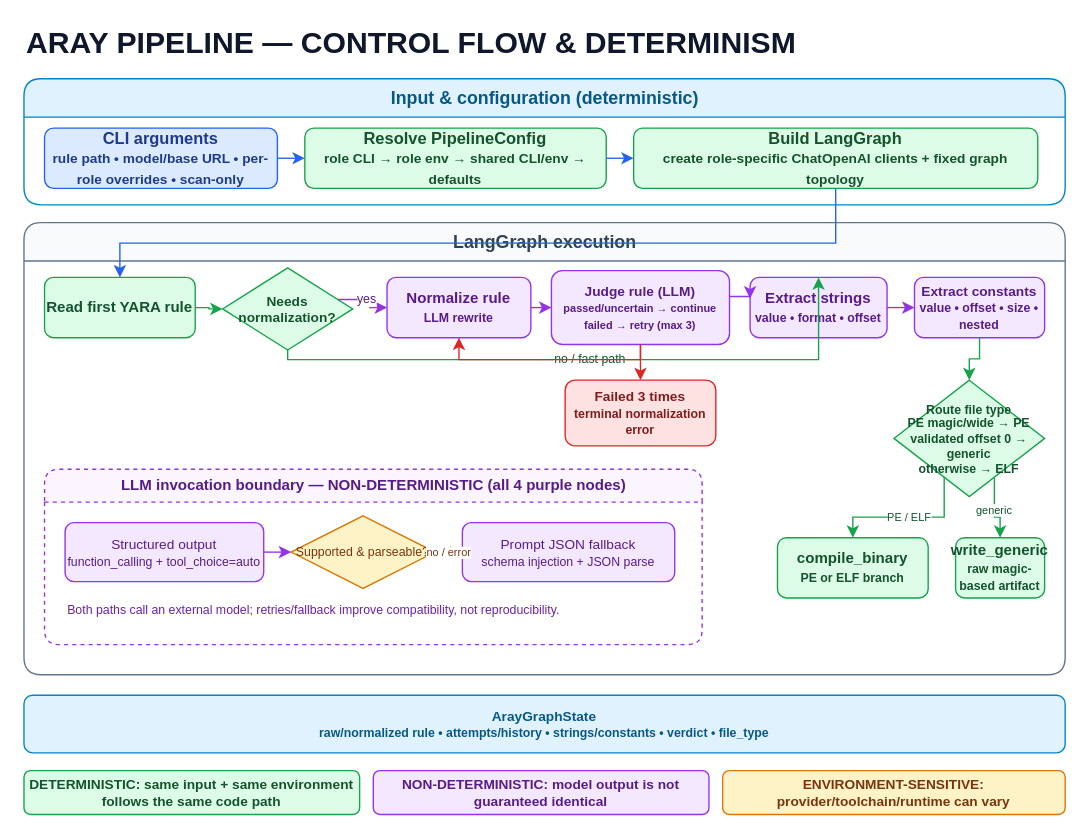
The draw.io diagram page "1 - Pipeline Flow" (1 of 2) of docs/sources/diagrams/aray-pipeline-determinism.drawio in c2dc/aray, before the edit. Source tidied: cells renumbered, new cells numbered last; positions are measured from the earlier drawing's top-left corner, leaving out a move shared by most shapes. Both pictures are drawn from the tidied source at 137%, with x=0, y=0 at pixel (23, 23).
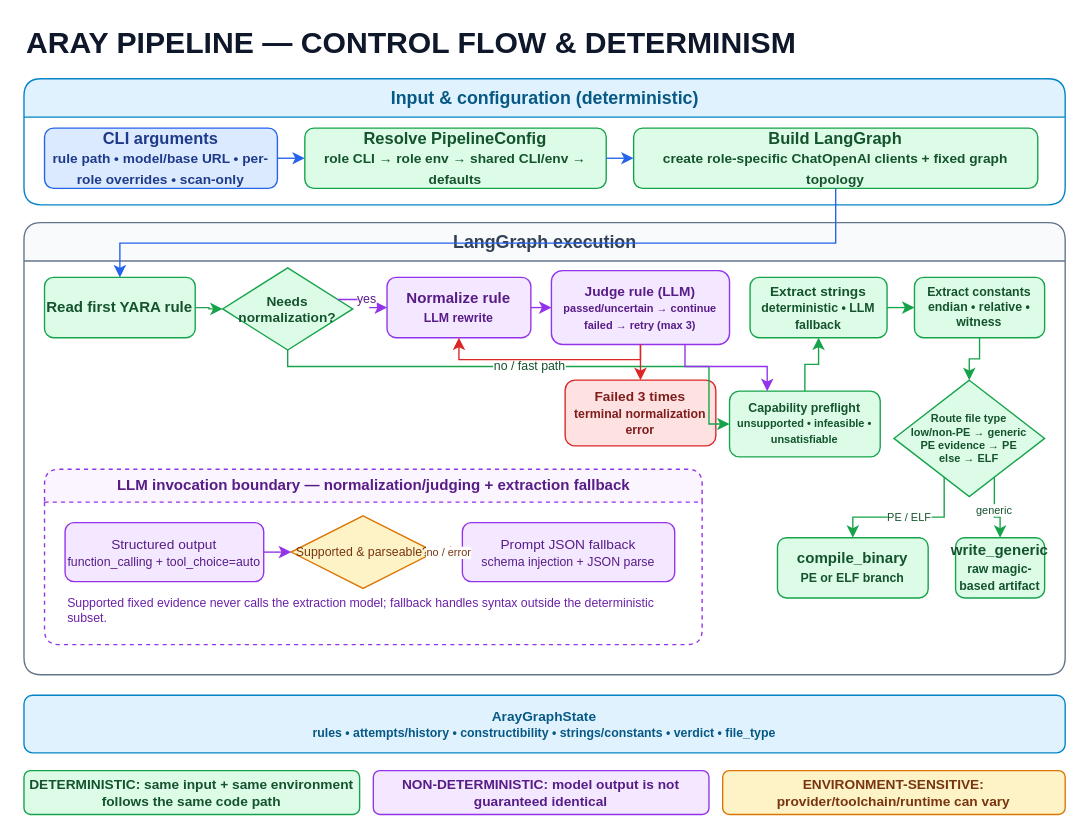
The same diagram, later.

The change refers to these unchanged cells:
```xml
<mxCell id="9" value="Needs&lt;br&gt;normalization?" style="rhombus;whiteSpace=wrap;html=1;fillColor=#dcfce7;strokeColor=#16a34a;fontColor=#14532d;fontStyle=1;fontSize=10;" parent="1" vertex="1">
  <mxGeometry x="145" y="178" width="95" height="60" as="geometry" />
</mxCell>
<mxCell id="11" value="Judge rule (LLM)&lt;br&gt;&lt;font style=&quot;font-size:8px&quot;&gt;passed/uncertain → continue&lt;br&gt;failed → retry (max 3)&lt;/font&gt;" style="rounded=1;whiteSpace=wrap;html=1;fillColor=#f3e8ff;strokeColor=#9333ea;fontColor=#581c87;fontStyle=1;fontSize=10;" parent="1" vertex="1">
  <mxGeometry x="385" y="180" width="130" height="54" as="geometry" />
</mxCell>
```

Change to the diagram source:
```diff
@@
-    <mxCell id="13" value="Extract strings&lt;br&gt;&lt;font style=&quot;font-size:9px&quot;&gt;value • format • offset&lt;/font&gt;" style="rounded=1;whiteSpace=wrap;html=1;fillColor=#f3e8ff;strokeColor=#9333ea;fontColor=#581c87;fontStyle=1;fontSize=11;" parent="1" vertex="1">
+    <mxCell id="13" value="Extract strings&lt;br&gt;&lt;font style=&quot;font-size:9px&quot;&gt;deterministic • LLM fallback&lt;/font&gt;" style="rounded=1;whiteSpace=wrap;html=1;fillColor=#dcfce7;strokeColor=#16a34a;fontColor=#14532d;fontStyle=1;fontSize=10;" parent="1" vertex="1">
       <mxGeometry x="530" y="185" width="100" height="44" as="geometry" />
     </mxCell>
-    <mxCell id="14" value="Extract constants&lt;br&gt;&lt;font style=&quot;font-size:9px&quot;&gt;value • offset • size • nested&lt;/font&gt;" style="rounded=1;whiteSpace=wrap;html=1;fillColor=#f3e8ff;strokeColor=#9333ea;fontColor=#581c87;fontStyle=1;fontSize=10;" parent="1" vertex="1">
+    <mxCell id="14" value="Extract constants&lt;br&gt;&lt;font style=&quot;font-size:9px&quot;&gt;endian • relative • witness&lt;/font&gt;" style="rounded=1;whiteSpace=wrap;html=1;fillColor=#dcfce7;strokeColor=#16a34a;fontColor=#14532d;fontStyle=1;fontSize=9;" parent="1" vertex="1">
       <mxGeometry x="650" y="185" width="95" height="44" as="geometry" />
     </mxCell>
-    <mxCell id="15" value="Route file type&lt;br&gt;&lt;font style=&quot;font-size:9px&quot;&gt;PE magic/wide → PE&lt;br&gt;validated offset 0 → generic&lt;br&gt;otherwise → ELF&lt;/font&gt;" style="rhombus;whiteSpace=wrap;html=1;fillColor=#dcfce7;strokeColor=#16a34a;fontColor=#14532d;fontStyle=1;fontSize=9;" parent="1" vertex="1">
+    <mxCell id="15" value="Route file type&lt;br&gt;&lt;font style=&quot;font-size:8px&quot;&gt;low/non-PE → generic&lt;br&gt;PE evidence → PE&lt;br&gt;else → ELF&lt;/font&gt;" style="rhombus;whiteSpace=wrap;html=1;fillColor=#dcfce7;strokeColor=#16a34a;fontColor=#14532d;fontStyle=1;fontSize=8;" parent="1" vertex="1">
       <mxGeometry x="635" y="260" width="110" height="85" as="geometry" />
     </mxCell>
@@
-    <mxCell id="18" value="LLM invocation boundary — NON-DETERMINISTIC (all 4 purple nodes)" style="swimlane;html=1;rounded=1;startSize=24;fillColor=#faf5ff;strokeColor=#9333ea;fontColor=#581c87;fontStyle=1;fontSize=11;dashed=1;" parent="1" vertex="1">
+    <mxCell id="18" value="LLM invocation boundary — normalization/judging + extraction fallback" style="swimlane;html=1;rounded=1;startSize=24;fillColor=#faf5ff;strokeColor=#9333ea;fontColor=#581c87;fontStyle=1;fontSize=11;dashed=1;" parent="1" vertex="1">
       <mxGeometry x="15" y="325" width="480" height="128" as="geometry" />
     </mxCell>
@@
-    <mxCell id="22" value="Both paths call an external model; retries/fallback improve compatibility, not reproducibility." style="text;html=1;whiteSpace=wrap;align=left;verticalAlign=middle;fontSize=9;fontColor=#6b21a8;" parent="1" vertex="1">
+    <mxCell id="22" value="Supported fixed evidence never calls the extraction model; fallback handles syntax outside the deterministic subset." style="text;html=1;whiteSpace=wrap;align=left;verticalAlign=middle;fontSize=9;fontColor=#6b21a8;" parent="1" vertex="1">
       <mxGeometry x="30" y="415" width="445" height="25" as="geometry" />
     </mxCell>
-    <mxCell id="23" value="ArayGraphState&lt;br&gt;&lt;font style=&quot;font-size:9px&quot;&gt;raw/normalized rule • attempts/history • strings/constants • verdict • file_type&lt;/font&gt;" style="rounded=1;whiteSpace=wrap;html=1;fillColor=#e0f2fe;strokeColor=#0284c7;fontColor=#075985;fontStyle=1;fontSize=10;" parent="1" vertex="1">
+    <mxCell id="23" value="ArayGraphState&lt;br&gt;&lt;font style=&quot;font-size:9px&quot;&gt;rules • attempts/history • constructibility • strings/constants • verdict • file_type&lt;/font&gt;" style="rounded=1;whiteSpace=wrap;html=1;fillColor=#e0f2fe;strokeColor=#0284c7;fontColor=#075985;fontStyle=1;fontSize=10;" parent="1" vertex="1">
       <mxGeometry y="490" width="760" height="42" as="geometry" />
     </mxCell>
@@
+    <mxCell id="43" value="Capability preflight&lt;br&gt;&lt;font style=&quot;font-size:8px&quot;&gt;unsupported • infeasible • unsatisfiable&lt;/font&gt;" style="rounded=1;whiteSpace=wrap;html=1;fillColor=#dcfce7;strokeColor=#16a34a;fontColor=#14532d;fontStyle=1;fontSize=9;" parent="1" vertex="1">
+      <mxGeometry x="515" y="268" width="110" height="48" as="geometry" />
+    </mxCell>
@@
-    <mxCell id="32" value="no / fast path" style="edgeStyle=orthogonalEdgeStyle;rounded=0;html=1;endArrow=classic;strokeColor=#16a34a;fontColor=#14532d;fontSize=9;exitX=0.5;exitY=1;entryX=0.5;entryY=0;" parent="1" edge="1" source="9" target="13">
+    <mxCell id="32" value="no / fast path" style="edgeStyle=orthogonalEdgeStyle;rounded=0;html=1;endArrow=classic;strokeColor=#16a34a;fontColor=#14532d;fontSize=9;exitX=0.5;exitY=1;entryX=0;entryY=0.5;" parent="1" edge="1" source="9" target="43">
       <mxGeometry relative="1" as="geometry">
         <Array as="points">
-          <mxPoint x="192" y="245" />
-          <mxPoint x="580" y="245" />
+          <mxPoint x="192" y="250" />
+          <mxPoint x="500" y="250" />
+          <mxPoint x="500" y="292" />
         </Array>
       </mxGeometry>
     </mxCell>
@@
-    <mxCell id="34" style="edgeStyle=orthogonalEdgeStyle;rounded=0;html=1;endArrow=classic;strokeColor=#9333ea;exitX=1;exitY=0.35;entryX=0;entryY=0.35;" parent="1" edge="1" source="11" target="13">
-      <mxGeometry relative="1" as="geometry" />
+    <mxCell id="34" style="edgeStyle=orthogonalEdgeStyle;rounded=0;html=1;endArrow=classic;strokeColor=#9333ea;exitX=0.75;exitY=1;entryX=0.25;entryY=0;" parent="1" edge="1" source="11" target="43">
+      <mxGeometry relative="1" as="geometry">
+        <Array as="points">
+          <mxPoint x="482" y="250" />
+          <mxPoint x="542" y="250" />
+        </Array>
+      </mxGeometry>
     </mxCell>
@@
-    <mxCell id="37" style="edgeStyle=orthogonalEdgeStyle;rounded=0;html=1;endArrow=classic;strokeColor=#9333ea;exitX=1;exitY=0.5;entryX=0;entryY=0.5;" parent="1" edge="1" source="13" target="14">
+    <mxCell id="37" style="edgeStyle=orthogonalEdgeStyle;rounded=0;html=1;endArrow=classic;strokeColor=#16a34a;exitX=1;exitY=0.5;entryX=0;entryY=0.5;" parent="1" edge="1" source="13" target="14">
       <mxGeometry relative="1" as="geometry" />
     </mxCell>
+    <mxCell id="44" style="edgeStyle=orthogonalEdgeStyle;rounded=0;html=1;endArrow=classic;strokeColor=#16a34a;exitX=0.5;exitY=0;entryX=0.5;entryY=1;" parent="1" edge="1" source="43" target="13">
+      <mxGeometry relative="1" as="geometry" />
+    </mxCell>
```
